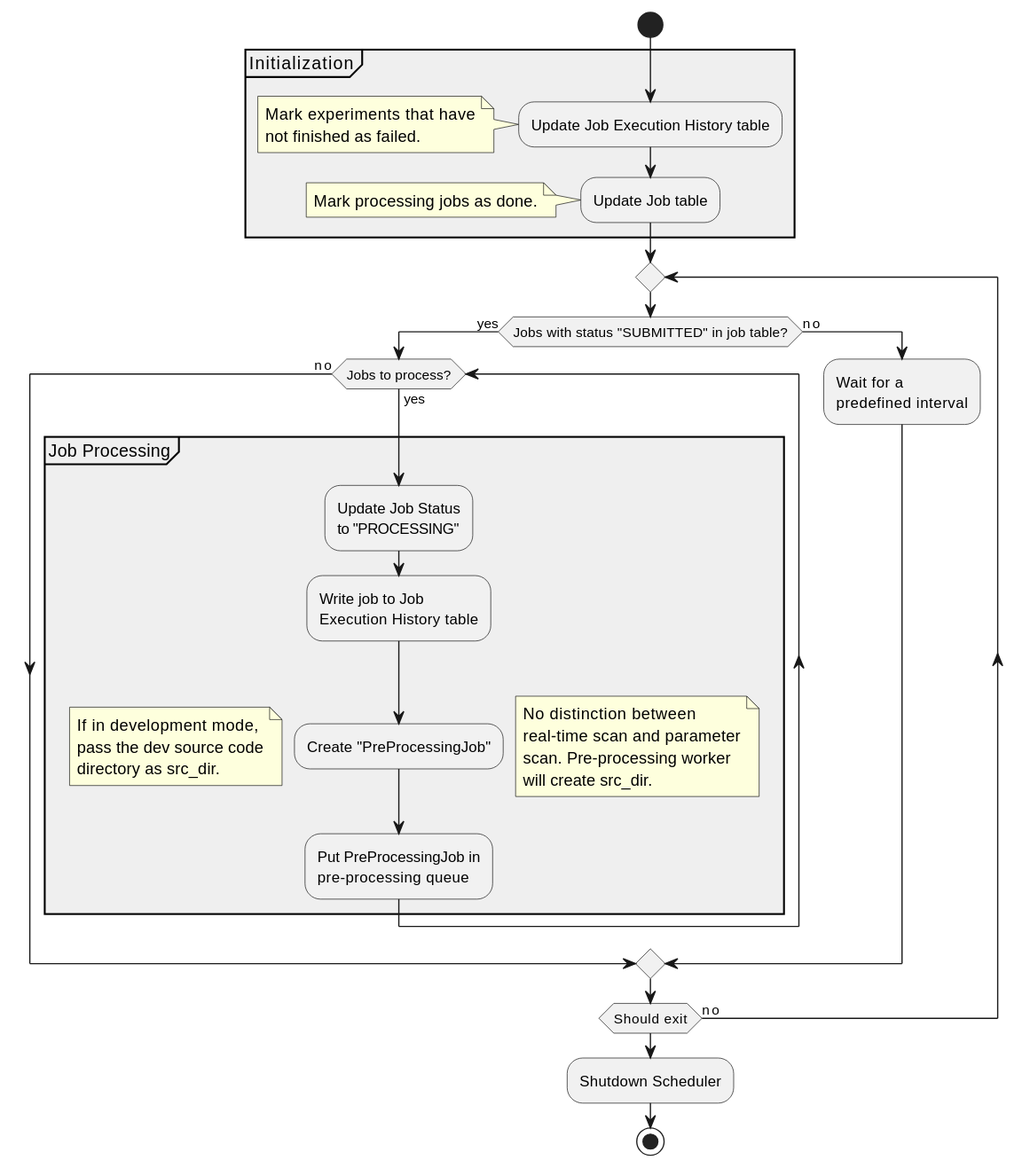
Above: docs/plantuml_diagrams/scheduler.svg in tiqi-group/icon (PlantUML), before the change.
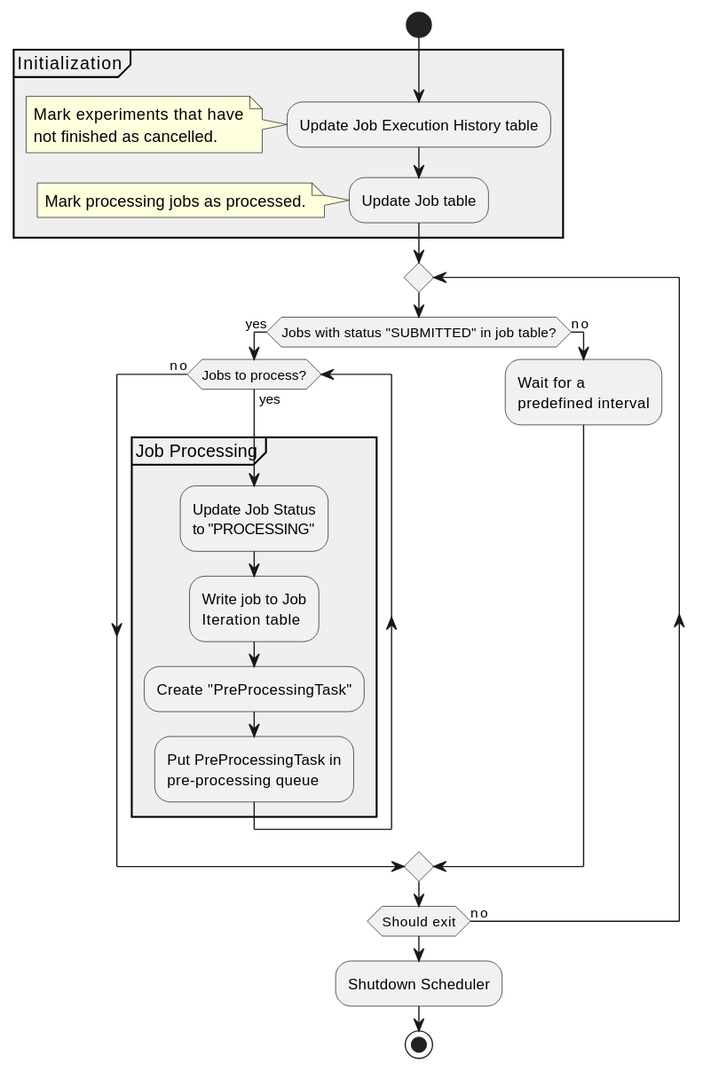
Later version of the same file.

Commit message:
updates scheduler diagram

Diff of the diagram source:
```diff
@@ -5,11 +5,11 @@
     :Update Job Execution History table;
     note left
         Mark experiments that have
-        not finished as failed.
+        not finished as cancelled.
     end note
     :Update Job table;
     note left
-        Mark processing jobs as done.
+        Mark processing jobs as processed.
     end note
 }
 repeat
@@ -19,20 +19,9 @@
                 :Update Job Status
                 to "PROCESSING";
                 :Write job to Job
-                Execution History table;
-                :Create "PreProcessingJob";
-                note left
-                    If in development mode,
-                    pass the dev source code
-                    directory as src_dir.
-                end note
-                note right
-                    No distinction between
-                    real-time scan and parameter
-                    scan. Pre-processing worker
-                    will create src_dir.
-                end note
-                :Put PreProcessingJob in
+                Iteration table;
+                :Create "PreProcessingTask";
+                :Put PreProcessingTask in
                 pre-processing queue;
             }
         endwhile (no)
```
